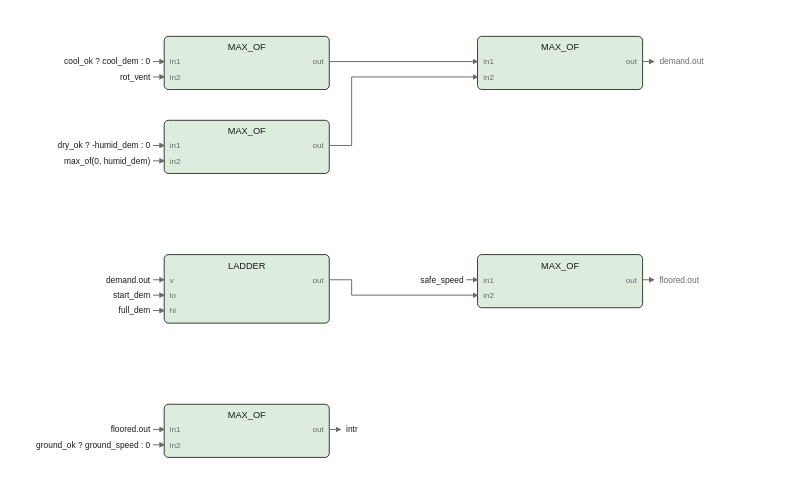
pstch/botanik2 keeps this draw.io diagram as images/logic/intractors_fbd.drawio.svg. Above is the earlier version. Source tidied: cells renumbered, new cells last; positions are measured from the earlier drawing's top-left corner, leaving out a move shared by most shapes.
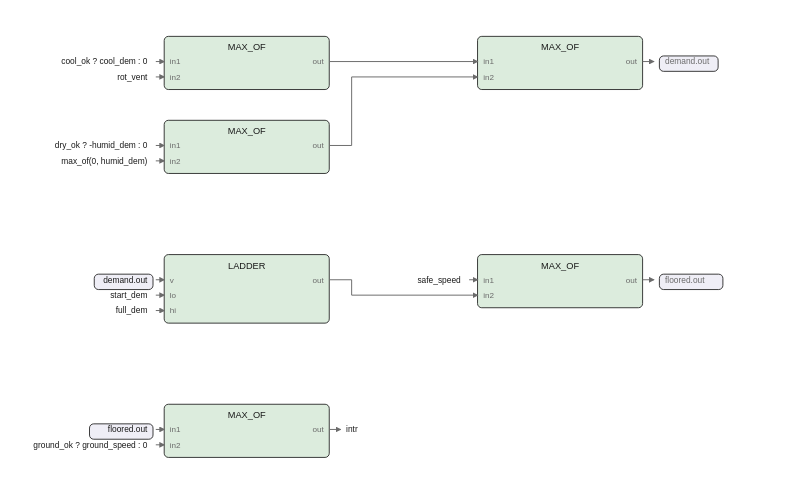
After the change.

Diff of the diagram source:
```diff
@@ -95,148 +95,140 @@
     <mxCell id="32" value="out" style="text;html=1;whiteSpace=nowrap;fontSize=6;fontColor=#6b6b6b;align=right;verticalAlign=middle;" parent="1" vertex="1">
       <mxGeometry x="200" y="276.6" width="20" height="9.8" as="geometry" />
     </mxCell>
-    <mxCell id="33" style="edgeStyle=none;html=1;strokeColor=#6b6b6b;endArrow=block;" parent="1" edge="1">
+    <mxCell id="33" style="edgeStyle=none;html=1;strokeColor=#6b6b6b;endArrow=block;exitX=1;exitY=0.4737;exitDx=0;exitDy=0;" parent="1" edge="1" source="28">
       <mxGeometry relative="1" as="geometry">
-        <mxPoint x="224" y="281" as="sourcePoint" />
         <mxPoint x="232" y="281" as="targetPoint" />
       </mxGeometry>
     </mxCell>
     <mxCell id="34" value="intr" style="text;html=1;whiteSpace=nowrap;fontSize=6;fontColor=#1a1a1a;align=left;verticalAlign=middle;" parent="1" vertex="1">
       <mxGeometry x="236" y="276.5" width="20" height="10" as="geometry" />
     </mxCell>
-    <mxCell id="35" style="edgeStyle=none;html=1;strokeColor=#6b6b6b;endArrow=block;" parent="1" edge="1">
+    <mxCell id="35" style="edgeStyle=none;html=1;strokeColor=#6b6b6b;endArrow=block;exitX=1;exitY=0.4737;exitDx=0;exitDy=0;" parent="1" edge="1" source="12">
       <mxGeometry relative="1" as="geometry">
-        <mxPoint x="448" y="18" as="sourcePoint" />
         <mxPoint x="456" y="18" as="targetPoint" />
       </mxGeometry>
     </mxCell>
-    <mxCell id="36" value="demand.out" style="text;html=1;whiteSpace=nowrap;fontSize=6;fontColor=#6b6b6b;align=left;verticalAlign=middle;" parent="1" vertex="1">
-      <mxGeometry x="460" y="13.5" width="37" height="10" as="geometry" />
+    <mxCell id="36" style="rounded=1;fillColor=#efeef6;strokeColor=#1a1a1a;whiteSpace=wrap;html=1;fontSize=8;" parent="1" vertex="1">
+      <mxGeometry x="460" y="14" width="42" height="11" as="geometry" />
     </mxCell>
-    <mxCell id="37" style="edgeStyle=none;html=1;strokeColor=#6b6b6b;endArrow=block;" parent="1" edge="1">
-      <mxGeometry relative="1" as="geometry">
-        <mxPoint x="448" y="174" as="sourcePoint" />
-        <mxPoint x="456" y="174" as="targetPoint" />
-      </mxGeometry>
-    </mxCell>
+    <mxCell id="62" value="demand.out" style="text;html=1;whiteSpace=nowrap;fontSize=6;fontColor=#6b6b6b;align=left;verticalAlign=middle;" parent="1" vertex="1">
+      <mxGeometry x="464" y="13.5" width="37" height="10" as="geometry" />
+    </mxCell>
+    <mxCell id="63" style="edgeStyle=none;html=1;strokeColor=#6b6b6b;endArrow=block;exitX=1;exitY=0.4737;exitDx=0;exitDy=0;" parent="1" edge="1" source="23">
+      <mxGeometry relative="1" as="geometry">
+        <mxPoint x="456" y="174" as="targetPoint" />
+      </mxGeometry>
+    </mxCell>
+    <mxCell id="64" style="rounded=1;fillColor=#efeef6;strokeColor=#1a1a1a;whiteSpace=wrap;html=1;fontSize=8;" parent="1" vertex="1">
+      <mxGeometry x="460" y="170" width="45.4" height="11" as="geometry" />
+    </mxCell>
     <mxCell id="38" value="floored.out" style="text;html=1;whiteSpace=nowrap;fontSize=6;fontColor=#6b6b6b;align=left;verticalAlign=middle;" parent="1" vertex="1">
-      <mxGeometry x="460" y="169.5" width="40.3" height="10" as="geometry" />
+      <mxGeometry x="464" y="169.5" width="40.3" height="10" as="geometry" />
     </mxCell>
-    <mxCell id="39" style="edgeStyle=none;html=1;strokeColor=#6b6b6b;endArrow=block;" parent="1" edge="1">
-      <mxGeometry relative="1" as="geometry">
-        <mxPoint x="224" y="18" as="sourcePoint" />
-        <mxPoint x="330" y="18" as="targetPoint" />
-      </mxGeometry>
-    </mxCell>
-    <mxCell id="40" style="edgeStyle=none;html=1;strokeColor=#6b6b6b;endArrow=block;" parent="1" edge="1">
-      <mxGeometry relative="1" as="geometry">
-        <mxPoint x="224" y="78" as="sourcePoint" />
-        <mxPoint x="330" y="29" as="targetPoint" />
-        <Array as="points">
-          <mxPoint x="240" y="78" />
-          <mxPoint x="240" y="29" />
-        </Array>
-      </mxGeometry>
-    </mxCell>
-    <mxCell id="41" style="edgeStyle=none;html=1;strokeColor=#6b6b6b;endArrow=block;" parent="1" edge="1">
-      <mxGeometry relative="1" as="geometry">
-        <mxPoint x="224" y="174" as="sourcePoint" />
-        <mxPoint x="330" y="185" as="targetPoint" />
-        <Array as="points">
-          <mxPoint x="240" y="174" />
-          <mxPoint x="240" y="185" />
-        </Array>
-      </mxGeometry>
+    <mxCell id="41" style="edgeStyle=none;html=1;strokeColor=#6b6b6b;endArrow=block;exitX=1;exitY=0.4737;exitDx=0;exitDy=0;entryX=0;entryY=0.4737;entryDx=0;entryDy=0;" parent="1" edge="1" source="2" target="12">
+      <mxGeometry relative="1" as="geometry" />
     </mxCell>
-    <mxCell id="42" value="cool_ok ? cool_dem : 0" style="text;html=1;whiteSpace=nowrap;fontSize=6;fontColor=#1a1a1a;align=right;verticalAlign=middle;" parent="1" vertex="1">
-      <mxGeometry x="19.4" y="13.5" width="76.6" height="10" as="geometry" />
-    </mxCell>
+    <mxCell id="65" style="edgeStyle=none;html=1;strokeColor=#6b6b6b;endArrow=block;exitX=1;exitY=0.4737;exitDx=0;exitDy=0;entryX=0;entryY=0.7632;entryDx=0;entryDy=0;" parent="1" edge="1" source="7" target="12">
+      <mxGeometry relative="1" as="geometry">
+        <Array as="points">
+          <mxPoint x="240" y="78" />
+          <mxPoint x="240" y="29" />
+        </Array>
+      </mxGeometry>
+    </mxCell>
-    <mxCell id="43" style="edgeStyle=none;html=1;strokeColor=#6b6b6b;endArrow=block;" parent="1" edge="1">
+    <mxCell id="43" style="edgeStyle=none;html=1;strokeColor=#6b6b6b;endArrow=block;exitX=1;exitY=0.3673;exitDx=0;exitDy=0;entryX=0;entryY=0.7632;entryDx=0;entryDy=0;" parent="1" edge="1" source="17" target="23">
       <mxGeometry relative="1" as="geometry">
-        <mxPoint x="98" y="18" as="sourcePoint" />
-        <mxPoint x="106" y="18" as="targetPoint" />
+        <Array as="points">
+          <mxPoint x="240" y="174" />
+          <mxPoint x="240" y="185" />
+        </Array>
       </mxGeometry>
     </mxCell>
-    <mxCell id="44" value="rot_vent" style="text;html=1;whiteSpace=nowrap;fontSize=6;fontColor=#1a1a1a;align=right;verticalAlign=middle;" parent="1" vertex="1">
-      <mxGeometry x="65.6" y="24.5" width="30.4" height="10" as="geometry" />
+    <mxCell id="44" value="cool_ok ? cool_dem : 0" style="text;html=1;whiteSpace=nowrap;fontSize=6;fontColor=#1a1a1a;align=right;verticalAlign=middle;" parent="1" vertex="1">
+      <mxGeometry x="17.4" y="13.5" width="76.6" height="10" as="geometry" />
     </mxCell>
-    <mxCell id="45" style="edgeStyle=none;html=1;strokeColor=#6b6b6b;endArrow=block;" parent="1" edge="1">
+    <mxCell id="45" style="edgeStyle=none;html=1;strokeColor=#6b6b6b;endArrow=block;entryX=0;entryY=0.4737;entryDx=0;entryDy=0;" parent="1" edge="1" target="2">
       <mxGeometry relative="1" as="geometry">
-        <mxPoint x="98" y="29" as="sourcePoint" />
-        <mxPoint x="106" y="29" as="targetPoint" />
+        <mxPoint x="100" y="18" as="sourcePoint" />
       </mxGeometry>
     </mxCell>
-    <mxCell id="46" value="dry_ok ? -humid_dem : 0" style="text;html=1;whiteSpace=nowrap;fontSize=6;fontColor=#1a1a1a;align=right;verticalAlign=middle;" parent="1" vertex="1">
-      <mxGeometry x="16.1" y="73.5" width="79.9" height="10" as="geometry" />
+    <mxCell id="46" value="rot_vent" style="text;html=1;whiteSpace=nowrap;fontSize=6;fontColor=#1a1a1a;align=right;verticalAlign=middle;" parent="1" vertex="1">
+      <mxGeometry x="63.6" y="24.5" width="30.4" height="10" as="geometry" />
     </mxCell>
-    <mxCell id="47" style="edgeStyle=none;html=1;strokeColor=#6b6b6b;endArrow=block;" parent="1" edge="1">
+    <mxCell id="47" style="edgeStyle=none;html=1;strokeColor=#6b6b6b;endArrow=block;entryX=0;entryY=0.7632;entryDx=0;entryDy=0;" parent="1" edge="1" target="2">
       <mxGeometry relative="1" as="geometry">
-        <mxPoint x="98" y="78" as="sourcePoint" />
-        <mxPoint x="106" y="78" as="targetPoint" />
+        <mxPoint x="100" y="29" as="sourcePoint" />
       </mxGeometry>
     </mxCell>
-    <mxCell id="48" value="max_of(0, humid_dem)" style="text;html=1;whiteSpace=nowrap;fontSize=6;fontColor=#1a1a1a;align=right;verticalAlign=middle;" parent="1" vertex="1">
-      <mxGeometry x="26" y="84.5" width="70" height="10" as="geometry" />
+    <mxCell id="48" value="dry_ok ? -humid_dem : 0" style="text;html=1;whiteSpace=nowrap;fontSize=6;fontColor=#1a1a1a;align=right;verticalAlign=middle;" parent="1" vertex="1">
+      <mxGeometry x="14.1" y="73.5" width="79.9" height="10" as="geometry" />
     </mxCell>
-    <mxCell id="49" style="edgeStyle=none;html=1;strokeColor=#6b6b6b;endArrow=block;" parent="1" edge="1">
+    <mxCell id="49" style="edgeStyle=none;html=1;strokeColor=#6b6b6b;endArrow=block;entryX=0;entryY=0.4737;entryDx=0;entryDy=0;" parent="1" edge="1" target="7">
       <mxGeometry relative="1" as="geometry">
-        <mxPoint x="98" y="89" as="sourcePoint" />
-        <mxPoint x="106" y="89" as="targetPoint" />
+        <mxPoint x="100" y="78" as="sourcePoint" />
       </mxGeometry>
     </mxCell>
-    <mxCell id="50" value="demand.out" style="text;html=1;whiteSpace=nowrap;fontSize=6;fontColor=#1a1a1a;align=right;verticalAlign=middle;" parent="1" vertex="1">
-      <mxGeometry x="59" y="169.5" width="37" height="10" as="geometry" />
+    <mxCell id="50" value="max_of(0, humid_dem)" style="text;html=1;whiteSpace=nowrap;fontSize=6;fontColor=#1a1a1a;align=right;verticalAlign=middle;" parent="1" vertex="1">
+      <mxGeometry x="24" y="84.5" width="70" height="10" as="geometry" />
     </mxCell>
-    <mxCell id="51" style="edgeStyle=none;html=1;strokeColor=#6b6b6b;endArrow=block;" parent="1" edge="1">
+    <mxCell id="51" style="edgeStyle=none;html=1;strokeColor=#6b6b6b;endArrow=block;entryX=0;entryY=0.7632;entryDx=0;entryDy=0;" parent="1" edge="1" target="7">
       <mxGeometry relative="1" as="geometry">
-        <mxPoint x="98" y="174" as="sourcePoint" />
-        <mxPoint x="106" y="174" as="targetPoint" />
+        <mxPoint x="100" y="89" as="sourcePoint" />
       </mxGeometry>
     </mxCell>
-    <mxCell id="52" value="start_dem" style="text;html=1;whiteSpace=nowrap;fontSize=6;fontColor=#1a1a1a;align=right;verticalAlign=middle;" parent="1" vertex="1">
-      <mxGeometry x="62.3" y="180.5" width="33.7" height="10" as="geometry" />
+    <mxCell id="52" style="rounded=1;fillColor=#efeef6;strokeColor=#1a1a1a;whiteSpace=wrap;html=1;fontSize=8;" parent="1" vertex="1">
+      <mxGeometry x="56" y="170" width="42" height="11" as="geometry" />
     </mxCell>
-    <mxCell id="53" style="edgeStyle=none;html=1;strokeColor=#6b6b6b;endArrow=block;" parent="1" edge="1">
-      <mxGeometry relative="1" as="geometry">
-        <mxPoint x="98" y="185" as="sourcePoint" />
-        <mxPoint x="106" y="185" as="targetPoint" />
-      </mxGeometry>
-    </mxCell>
+    <mxCell id="66" value="demand.out" style="text;html=1;whiteSpace=nowrap;fontSize=6;fontColor=#1a1a1a;align=right;verticalAlign=middle;" parent="1" vertex="1">
+      <mxGeometry x="57" y="169.5" width="37" height="10" as="geometry" />
+    </mxCell>
+    <mxCell id="67" style="edgeStyle=none;html=1;strokeColor=#6b6b6b;endArrow=block;entryX=0;entryY=0.3673;entryDx=0;entryDy=0;" parent="1" edge="1" target="17">
+      <mxGeometry relative="1" as="geometry">
+        <mxPoint x="100" y="174" as="sourcePoint" />
+      </mxGeometry>
+    </mxCell>
+    <mxCell id="68" value="start_dem" style="text;html=1;whiteSpace=nowrap;fontSize=6;fontColor=#1a1a1a;align=right;verticalAlign=middle;" parent="1" vertex="1">
+      <mxGeometry x="60.3" y="180.5" width="33.7" height="10" as="geometry" />
+    </mxCell>
+    <mxCell id="69" style="edgeStyle=none;html=1;strokeColor=#6b6b6b;endArrow=block;entryX=0;entryY=0.5918;entryDx=0;entryDy=0;" parent="1" edge="1" target="17">
+      <mxGeometry relative="1" as="geometry">
+        <mxPoint x="100" y="185" as="sourcePoint" />
+      </mxGeometry>
+    </mxCell>
     <mxCell id="54" value="full_dem" style="text;html=1;whiteSpace=nowrap;fontSize=6;fontColor=#1a1a1a;align=right;verticalAlign=middle;" parent="1" vertex="1">
-      <mxGeometry x="65.6" y="191.5" width="30.4" height="10" as="geometry" />
+      <mxGeometry x="63.6" y="191.5" width="30.4" height="10" as="geometry" />
     </mxCell>
-    <mxCell id="55" style="edgeStyle=none;html=1;strokeColor=#6b6b6b;endArrow=block;" parent="1" edge="1">
-      <mxGeometry relative="1" as="geometry">
-        <mxPoint x="98" y="196" as="sourcePoint" />
-        <mxPoint x="106" y="196" as="targetPoint" />
-      </mxGeometry>
-    </mxCell>
+    <mxCell id="70" style="edgeStyle=none;html=1;strokeColor=#6b6b6b;endArrow=block;entryX=0;entryY=0.8163;entryDx=0;entryDy=0;" parent="1" edge="1" target="17">
+      <mxGeometry relative="1" as="geometry">
+        <mxPoint x="100" y="196" as="sourcePoint" />
+      </mxGeometry>
+    </mxCell>
     <mxCell id="56" value="safe_speed" style="text;html=1;whiteSpace=nowrap;fontSize=6;fontColor=#1a1a1a;align=right;verticalAlign=middle;" parent="1" vertex="1">
-      <mxGeometry x="283" y="169.5" width="37" height="10" as="geometry" />
+      <mxGeometry x="281" y="169.5" width="37" height="10" as="geometry" />
     </mxCell>
-    <mxCell id="57" style="edgeStyle=none;html=1;strokeColor=#6b6b6b;endArrow=block;" parent="1" edge="1">
-      <mxGeometry relative="1" as="geometry">
-        <mxPoint x="322" y="174" as="sourcePoint" />
-        <mxPoint x="330" y="174" as="targetPoint" />
-      </mxGeometry>
-    </mxCell>
+    <mxCell id="71" style="edgeStyle=none;html=1;strokeColor=#6b6b6b;endArrow=block;entryX=0;entryY=0.4737;entryDx=0;entryDy=0;" parent="1" edge="1" target="23">
+      <mxGeometry relative="1" as="geometry">
+        <mxPoint x="324" y="174" as="sourcePoint" />
+      </mxGeometry>
+    </mxCell>
+    <mxCell id="72" style="rounded=1;fillColor=#efeef6;strokeColor=#1a1a1a;whiteSpace=wrap;html=1;fontSize=8;" parent="1" vertex="1">
+      <mxGeometry x="52.6" y="277" width="45.4" height="11" as="geometry" />
+    </mxCell>
     <mxCell id="58" value="floored.out" style="text;html=1;whiteSpace=nowrap;fontSize=6;fontColor=#1a1a1a;align=right;verticalAlign=middle;" parent="1" vertex="1">
-      <mxGeometry x="55.7" y="276.5" width="40.3" height="10" as="geometry" />
+      <mxGeometry x="53.7" y="276.5" width="40.3" height="10" as="geometry" />
     </mxCell>
-    <mxCell id="59" style="edgeStyle=none;html=1;strokeColor=#6b6b6b;endArrow=block;" parent="1" edge="1">
-      <mxGeometry relative="1" as="geometry">
-        <mxPoint x="98" y="281" as="sourcePoint" />
-        <mxPoint x="106" y="281" as="targetPoint" />
-      </mxGeometry>
-    </mxCell>
+    <mxCell id="73" style="edgeStyle=none;html=1;strokeColor=#6b6b6b;endArrow=block;entryX=0;entryY=0.4737;entryDx=0;entryDy=0;" parent="1" edge="1" target="28">
+      <mxGeometry relative="1" as="geometry">
+        <mxPoint x="100" y="281" as="sourcePoint" />
+      </mxGeometry>
+    </mxCell>
     <mxCell id="60" value="ground_ok ? ground_speed : 0" style="text;html=1;whiteSpace=nowrap;fontSize=6;fontColor=#1a1a1a;align=right;verticalAlign=middle;" parent="1" vertex="1">
-      <mxGeometry x="-0.4" y="287.5" width="96.4" height="10" as="geometry" />
+      <mxGeometry x="-2.4" y="287.5" width="96.4" height="10" as="geometry" />
     </mxCell>
-    <mxCell id="61" style="edgeStyle=none;html=1;strokeColor=#6b6b6b;endArrow=block;" parent="1" edge="1">
-      <mxGeometry relative="1" as="geometry">
-        <mxPoint x="98" y="292" as="sourcePoint" />
-        <mxPoint x="106" y="292" as="targetPoint" />
-      </mxGeometry>
-    </mxCell>
+    <mxCell id="74" style="edgeStyle=none;html=1;strokeColor=#6b6b6b;endArrow=block;entryX=0;entryY=0.7632;entryDx=0;entryDy=0;" parent="1" edge="1" target="28">
+      <mxGeometry relative="1" as="geometry">
+        <mxPoint x="100" y="292" as="sourcePoint" />
+      </mxGeometry>
+    </mxCell>
   </root>
 </mxGraphModel>
```
